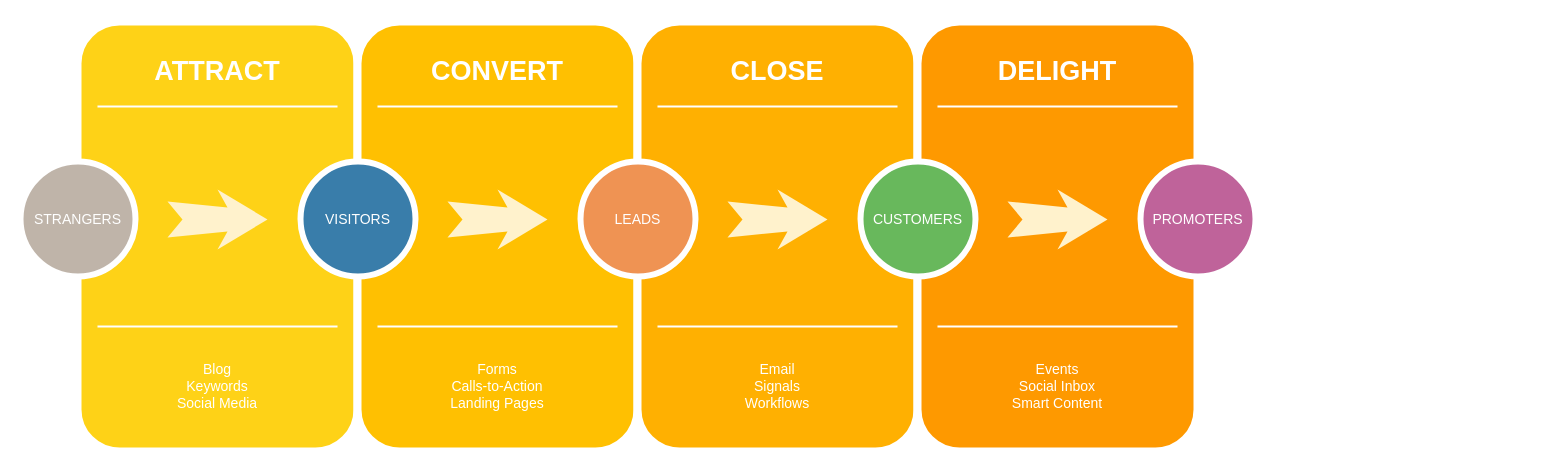
This is Workflow.drawio from mac-n/myrepo, a draw.io file, before an edit. Source tidied: cells renumbered, new cells numbered last; positions are measured from the earlier drawing's top-left corner, leaving out a move shared by most shapes. Both pictures are drawn from the tidied source at 100%, with x=0, y=0 at pixel (20, 21).
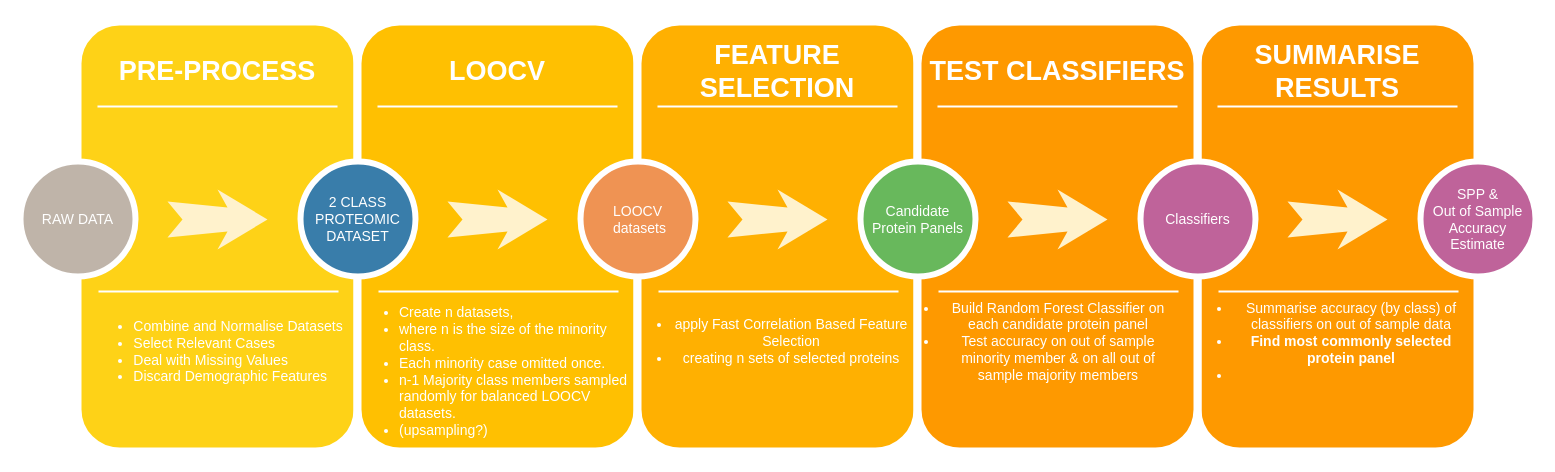
The same page after the edit.

What changed in the source:
```diff
@@
+    <mxCell id="31" style="whiteSpace=wrap;html=1;rounded=1;shadow=0;strokeWidth=8;fontSize=20;align=center;fillColor=#FE9900;strokeColor=#FFFFFF;" parent="1" vertex="1">
+      <mxGeometry x="1177" width="280" height="430" as="geometry" />
+    </mxCell>
+    <mxCell id="32" value="SUMMARISE RESULTS" style="text;html=1;strokeColor=none;fillColor=none;align=center;verticalAlign=middle;whiteSpace=wrap;rounded=0;shadow=0;fontSize=27;fontColor=#FFFFFF;fontStyle=1;" parent="1" vertex="1">
+      <mxGeometry x="1177" y="20" width="280" height="60" as="geometry" />
+    </mxCell>
+    <mxCell id="33" style="line;strokeWidth=2;html=1;rounded=0;shadow=0;fontSize=27;align=center;fillColor=none;strokeColor=#FFFFFF;" parent="1" vertex="1">
+      <mxGeometry x="1197" y="80" width="240" height="10" as="geometry" />
+    </mxCell>
+    <mxCell id="34" style="line;strokeWidth=2;html=1;rounded=0;shadow=0;fontSize=27;align=center;fillColor=none;strokeColor=#FFFFFF;" parent="1" vertex="1">
+      <mxGeometry x="1198" y="265" width="240" height="10" as="geometry" />
+    </mxCell>
+    <mxCell id="35" style="html=1;shadow=0;dashed=0;align=center;verticalAlign=middle;shape=mxgraph.arrows2.stylisedArrow;dy=0.6;dx=40;notch=15;feather=0.4;rounded=0;strokeWidth=1;fontSize=27;strokeColor=none;fillColor=#fff2cc;" parent="1" vertex="1">
+      <mxGeometry x="1267" y="168" width="100" height="60" as="geometry" />
+    </mxCell>
+    <mxCell id="36" value="SPP &amp;amp;&lt;br&gt;Out of Sample Accuracy Estimate" style="ellipse;whiteSpace=wrap;html=1;rounded=0;shadow=0;strokeWidth=6;fontSize=14;align=center;fillColor=#BF639A;strokeColor=#FFFFFF;fontColor=#FFFFFF;" parent="1" vertex="1">
+      <mxGeometry x="1400" y="140" width="115" height="115" as="geometry" />
+    </mxCell>
@@
-    <mxCell id="3" value="ATTRACT" style="text;html=1;strokeColor=none;fillColor=none;align=center;verticalAlign=middle;whiteSpace=wrap;rounded=0;shadow=0;fontSize=27;fontColor=#FFFFFF;fontStyle=1;" parent="1" vertex="1">
+    <mxCell id="3" value="PRE-PROCESS" style="text;html=1;strokeColor=none;fillColor=none;align=center;verticalAlign=middle;whiteSpace=wrap;rounded=0;shadow=0;fontSize=27;fontColor=#FFFFFF;fontStyle=1;" parent="1" vertex="1">
       <mxGeometry x="57" y="20" width="280" height="60" as="geometry" />
     </mxCell>
-    <mxCell id="4" value="Blog&lt;div&gt;Keywords&lt;/div&gt;&lt;div&gt;Social Media&lt;/div&gt;" style="text;html=1;strokeColor=none;fillColor=none;align=center;verticalAlign=middle;whiteSpace=wrap;rounded=0;shadow=0;fontSize=14;fontColor=#FFFFFF;" parent="1" vertex="1">
-      <mxGeometry x="57" y="320" width="280" height="90" as="geometry" />
+    <mxCell id="4" value="&lt;ul&gt;&lt;li style=&quot;text-align: left;&quot;&gt;Combine and Normalise Datasets&lt;br&gt;&lt;/li&gt;&lt;li style=&quot;text-align: left;&quot;&gt;Select Relevant Cases&lt;br&gt;&lt;/li&gt;&lt;li style=&quot;text-align: left;&quot;&gt;Deal with Missing Values&lt;br&gt;&lt;/li&gt;&lt;li style=&quot;text-align: left;&quot;&gt;Discard Demographic Features&lt;br&gt;&lt;/li&gt;&lt;/ul&gt;" style="text;html=1;strokeColor=none;fillColor=none;align=center;verticalAlign=middle;whiteSpace=wrap;rounded=0;shadow=0;fontSize=14;fontColor=#FFFFFF;" parent="1" vertex="1">
+      <mxGeometry x="58" y="285" width="280" height="90" as="geometry" />
     </mxCell>
@@
     <mxCell id="6" style="line;strokeWidth=2;html=1;rounded=0;shadow=0;fontSize=27;align=center;fillColor=none;strokeColor=#FFFFFF;" parent="1" vertex="1">
-      <mxGeometry x="77" y="300" width="240" height="10" as="geometry" />
+      <mxGeometry x="78" y="265" width="240" height="10" as="geometry" />
     </mxCell>
-    <mxCell id="7" value="STRANGERS" style="ellipse;whiteSpace=wrap;html=1;rounded=0;shadow=0;strokeWidth=6;fontSize=14;align=center;fillColor=#BFB4A9;strokeColor=#FFFFFF;fontColor=#FFFFFF;" parent="1" vertex="1">
+    <mxCell id="7" value="RAW DATA" style="ellipse;whiteSpace=wrap;html=1;rounded=0;shadow=0;strokeWidth=6;fontSize=14;align=center;fillColor=#BFB4A9;strokeColor=#FFFFFF;fontColor=#FFFFFF;" parent="1" vertex="1">
       <mxGeometry y="140" width="115" height="115" as="geometry" />
     </mxCell>
@@
-    <mxCell id="10" value="CONVERT" style="text;html=1;strokeColor=none;fillColor=none;align=center;verticalAlign=middle;whiteSpace=wrap;rounded=0;shadow=0;fontSize=27;fontColor=#FFFFFF;fontStyle=1;" parent="1" vertex="1">
+    <mxCell id="10" value="LOOCV" style="text;html=1;strokeColor=none;fillColor=none;align=center;verticalAlign=middle;whiteSpace=wrap;rounded=0;shadow=0;fontSize=27;fontColor=#FFFFFF;fontStyle=1;" parent="1" vertex="1">
       <mxGeometry x="337" y="20" width="280" height="60" as="geometry" />
     </mxCell>
-    <mxCell id="11" value="Forms&lt;div&gt;Calls-to-Action&lt;/div&gt;&lt;div&gt;Landing Pages&lt;/div&gt;" style="text;html=1;strokeColor=none;fillColor=none;align=center;verticalAlign=middle;whiteSpace=wrap;rounded=0;shadow=0;fontSize=14;fontColor=#FFFFFF;" parent="1" vertex="1">
-      <mxGeometry x="337" y="320" width="280" height="90" as="geometry" />
+    <mxCell id="11" value="&lt;ul&gt;&lt;li style=&quot;text-align: left;&quot;&gt;Create n datasets,&lt;/li&gt;&lt;li style=&quot;text-align: left;&quot;&gt;where n is the size of the minority class.&amp;nbsp;&lt;br&gt;&lt;/li&gt;&lt;li style=&quot;text-align: left;&quot;&gt;Each minority case omitted once.&lt;br&gt;&lt;/li&gt;&lt;li style=&quot;text-align: left;&quot;&gt;n-1 Majority class members sampled randomly for balanced LOOCV datasets.&lt;br&gt;&lt;/li&gt;&lt;li style=&quot;text-align: left;&quot;&gt;(upsampling?)&lt;/li&gt;&lt;/ul&gt;" style="text;html=1;strokeColor=none;fillColor=none;align=center;verticalAlign=middle;whiteSpace=wrap;rounded=0;shadow=0;fontSize=14;fontColor=#FFFFFF;" parent="1" vertex="1">
+      <mxGeometry x="338" y="305" width="280" height="90" as="geometry" />
     </mxCell>
@@
     <mxCell id="13" style="line;strokeWidth=2;html=1;rounded=0;shadow=0;fontSize=27;align=center;fillColor=none;strokeColor=#FFFFFF;" parent="1" vertex="1">
-      <mxGeometry x="357" y="300" width="240" height="10" as="geometry" />
+      <mxGeometry x="358" y="265" width="240" height="10" as="geometry" />
     </mxCell>
-    <mxCell id="14" value="VISITORS" style="ellipse;whiteSpace=wrap;html=1;rounded=0;shadow=0;strokeWidth=6;fontSize=14;align=center;fillColor=#397DAA;strokeColor=#FFFFFF;fontColor=#FFFFFF;" parent="1" vertex="1">
+    <mxCell id="14" value="2 CLASS PROTEOMIC DATASET" style="ellipse;whiteSpace=wrap;html=1;rounded=0;shadow=0;strokeWidth=6;fontSize=14;align=center;fillColor=#397DAA;strokeColor=#FFFFFF;fontColor=#FFFFFF;" parent="1" vertex="1">
       <mxGeometry x="280" y="140" width="115" height="115" as="geometry" />
     </mxCell>
@@
-    <mxCell id="17" value="CLOSE" style="text;html=1;strokeColor=none;fillColor=none;align=center;verticalAlign=middle;whiteSpace=wrap;rounded=0;shadow=0;fontSize=27;fontColor=#FFFFFF;fontStyle=1;" parent="1" vertex="1">
+    <mxCell id="17" value="FEATURE SELECTION" style="text;html=1;strokeColor=none;fillColor=none;align=center;verticalAlign=middle;whiteSpace=wrap;rounded=0;shadow=0;fontSize=27;fontColor=#FFFFFF;fontStyle=1;" parent="1" vertex="1">
       <mxGeometry x="617" y="20" width="280" height="60" as="geometry" />
     </mxCell>
-    <mxCell id="18" value="Email&lt;div&gt;Signals&lt;/div&gt;&lt;div&gt;Workflows&lt;/div&gt;" style="text;html=1;strokeColor=none;fillColor=none;align=center;verticalAlign=middle;whiteSpace=wrap;rounded=0;shadow=0;fontSize=14;fontColor=#FFFFFF;" parent="1" vertex="1">
-      <mxGeometry x="617" y="320" width="280" height="90" as="geometry" />
+    <mxCell id="18" value="&lt;ul&gt;&lt;li&gt;apply Fast Correlation Based Feature Selection&lt;/li&gt;&lt;li&gt;creating n sets of selected proteins&lt;/li&gt;&lt;/ul&gt;" style="text;html=1;strokeColor=none;fillColor=none;align=center;verticalAlign=middle;whiteSpace=wrap;rounded=0;shadow=0;fontSize=14;fontColor=#FFFFFF;" parent="1" vertex="1">
+      <mxGeometry x="611" y="275" width="280" height="90" as="geometry" />
     </mxCell>
@@
     <mxCell id="20" style="line;strokeWidth=2;html=1;rounded=0;shadow=0;fontSize=27;align=center;fillColor=none;strokeColor=#FFFFFF;" parent="1" vertex="1">
-      <mxGeometry x="637" y="300" width="240" height="10" as="geometry" />
+      <mxGeometry x="638" y="265" width="240" height="10" as="geometry" />
     </mxCell>
-    <mxCell id="21" value="LEADS" style="ellipse;whiteSpace=wrap;html=1;rounded=0;shadow=0;strokeWidth=6;fontSize=14;align=center;fillColor=#EF9353;strokeColor=#FFFFFF;fontColor=#FFFFFF;" parent="1" vertex="1">
+    <mxCell id="21" value="LOOCV&lt;br&gt;&amp;nbsp;datasets" style="ellipse;whiteSpace=wrap;html=1;rounded=0;shadow=0;strokeWidth=6;fontSize=14;align=center;fillColor=#EF9353;strokeColor=#FFFFFF;fontColor=#FFFFFF;" parent="1" vertex="1">
       <mxGeometry x="560" y="140" width="115" height="115" as="geometry" />
     </mxCell>
@@
-    <mxCell id="24" value="DELIGHT" style="text;html=1;strokeColor=none;fillColor=none;align=center;verticalAlign=middle;whiteSpace=wrap;rounded=0;shadow=0;fontSize=27;fontColor=#FFFFFF;fontStyle=1;" parent="1" vertex="1">
+    <mxCell id="24" value="TEST CLASSIFIERS" style="text;html=1;strokeColor=none;fillColor=none;align=center;verticalAlign=middle;whiteSpace=wrap;rounded=0;shadow=0;fontSize=27;fontColor=#FFFFFF;fontStyle=1;" parent="1" vertex="1">
       <mxGeometry x="897" y="20" width="280" height="60" as="geometry" />
     </mxCell>
-    <mxCell id="25" value="Events&lt;div&gt;Social Inbox&lt;/div&gt;&lt;div&gt;Smart Content&lt;/div&gt;" style="text;html=1;strokeColor=none;fillColor=none;align=center;verticalAlign=middle;whiteSpace=wrap;rounded=0;shadow=0;fontSize=14;fontColor=#FFFFFF;" parent="1" vertex="1">
-      <mxGeometry x="897" y="320" width="280" height="90" as="geometry" />
-    </mxCell>
@@
     <mxCell id="27" style="line;strokeWidth=2;html=1;rounded=0;shadow=0;fontSize=27;align=center;fillColor=none;strokeColor=#FFFFFF;" parent="1" vertex="1">
-      <mxGeometry x="917" y="300" width="240" height="10" as="geometry" />
+      <mxGeometry x="918" y="265" width="240" height="10" as="geometry" />
     </mxCell>
-    <mxCell id="28" value="CUSTOMERS" style="ellipse;whiteSpace=wrap;html=1;rounded=0;shadow=0;strokeWidth=6;fontSize=14;align=center;fillColor=#68B85C;strokeColor=#FFFFFF;fontColor=#FFFFFF;" parent="1" vertex="1">
+    <mxCell id="28" value="Candidate &lt;br&gt;Protein Panels" style="ellipse;whiteSpace=wrap;html=1;rounded=0;shadow=0;strokeWidth=6;fontSize=14;align=center;fillColor=#68B85C;strokeColor=#FFFFFF;fontColor=#FFFFFF;" parent="1" vertex="1">
       <mxGeometry x="840" y="140" width="115" height="115" as="geometry" />
     </mxCell>
@@
-    <mxCell id="30" value="PROMOTERS" style="ellipse;whiteSpace=wrap;html=1;rounded=0;shadow=0;strokeWidth=6;fontSize=14;align=center;fillColor=#BF639A;strokeColor=#FFFFFF;fontColor=#FFFFFF;" parent="1" vertex="1">
+    <mxCell id="30" value="Classifiers" style="ellipse;whiteSpace=wrap;html=1;rounded=0;shadow=0;strokeWidth=6;fontSize=14;align=center;fillColor=#BF639A;strokeColor=#FFFFFF;fontColor=#FFFFFF;" parent="1" vertex="1">
       <mxGeometry x="1120" y="140" width="115" height="115" as="geometry" />
     </mxCell>
+    <mxCell id="37" value="&lt;ul&gt;&lt;li&gt;Build Random Forest Classifier on each candidate protein panel&lt;br&gt;&lt;/li&gt;&lt;li&gt;Test accuracy on out of sample minority member &amp;amp; on all out of sample majority members&lt;/li&gt;&lt;/ul&gt;" style="text;html=1;strokeColor=none;fillColor=none;align=center;verticalAlign=middle;whiteSpace=wrap;rounded=0;shadow=0;fontSize=14;fontColor=#FFFFFF;" parent="1" vertex="1">
+      <mxGeometry x="878" y="275" width="280" height="90" as="geometry" />
+    </mxCell>
+    <mxCell id="38" value="&lt;ul&gt;&lt;li&gt;Summarise accuracy (by class) of classifiers on out of sample data&lt;/li&gt;&lt;li&gt;&lt;b&gt;Find most commonly selected protein panel&lt;/b&gt;&lt;/li&gt;&lt;li&gt;&lt;br&gt;&lt;/li&gt;&lt;/ul&gt;" style="text;html=1;strokeColor=none;fillColor=none;align=center;verticalAlign=middle;whiteSpace=wrap;rounded=0;shadow=0;fontSize=14;fontColor=#FFFFFF;" parent="1" vertex="1">
+      <mxGeometry x="1171" y="275" width="280" height="90" as="geometry" />
+    </mxCell>
```
